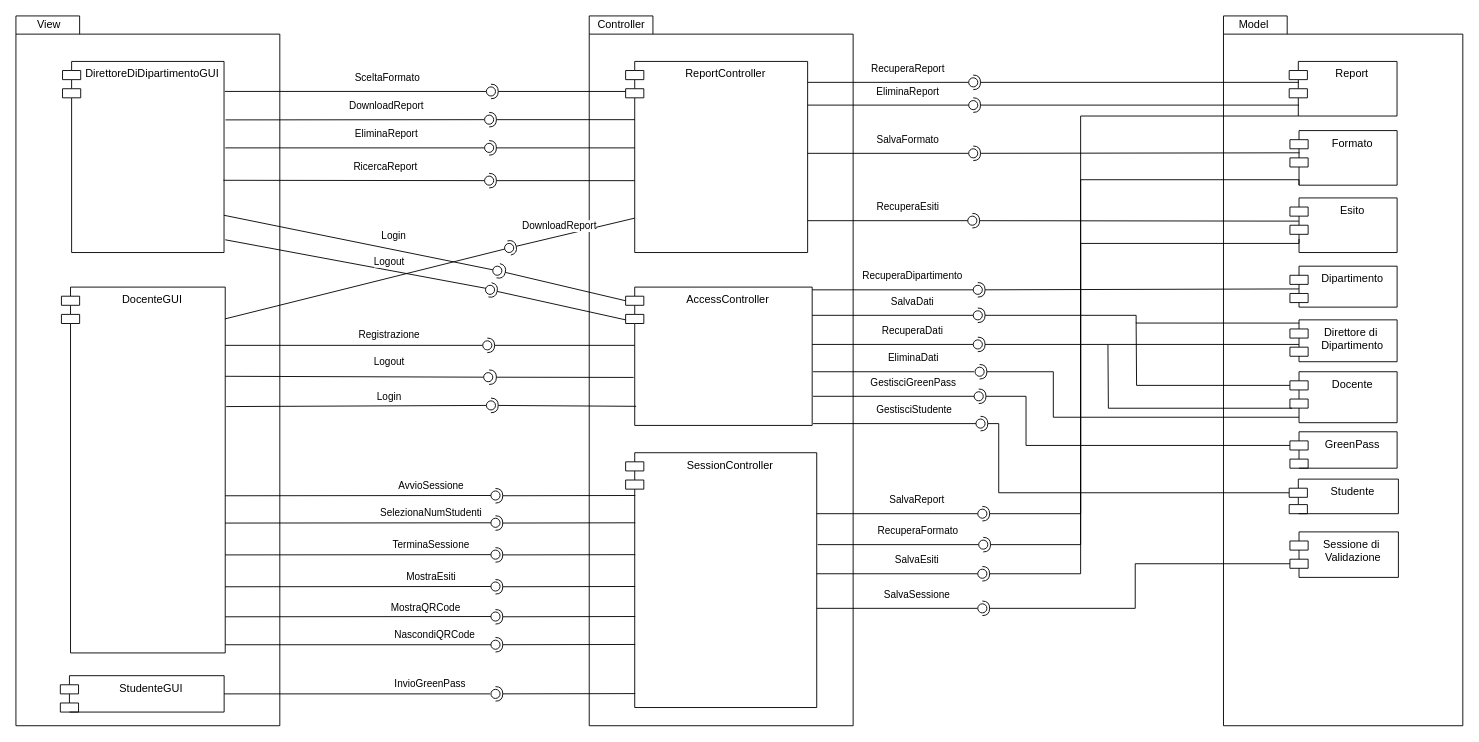
Above: Documentazione/Resources/ServiziSottosistemi.drawio in Alberto-00/EasyPass (draw.io), before the change. Source tidied: cells renumbered, new cells numbered last; positions are measured from the earlier drawing's top-left corner, leaving out a move shared by most shapes. Both pictures are drawn from the tidied source at 91%, with x=0, y=0 at pixel (15, 15).
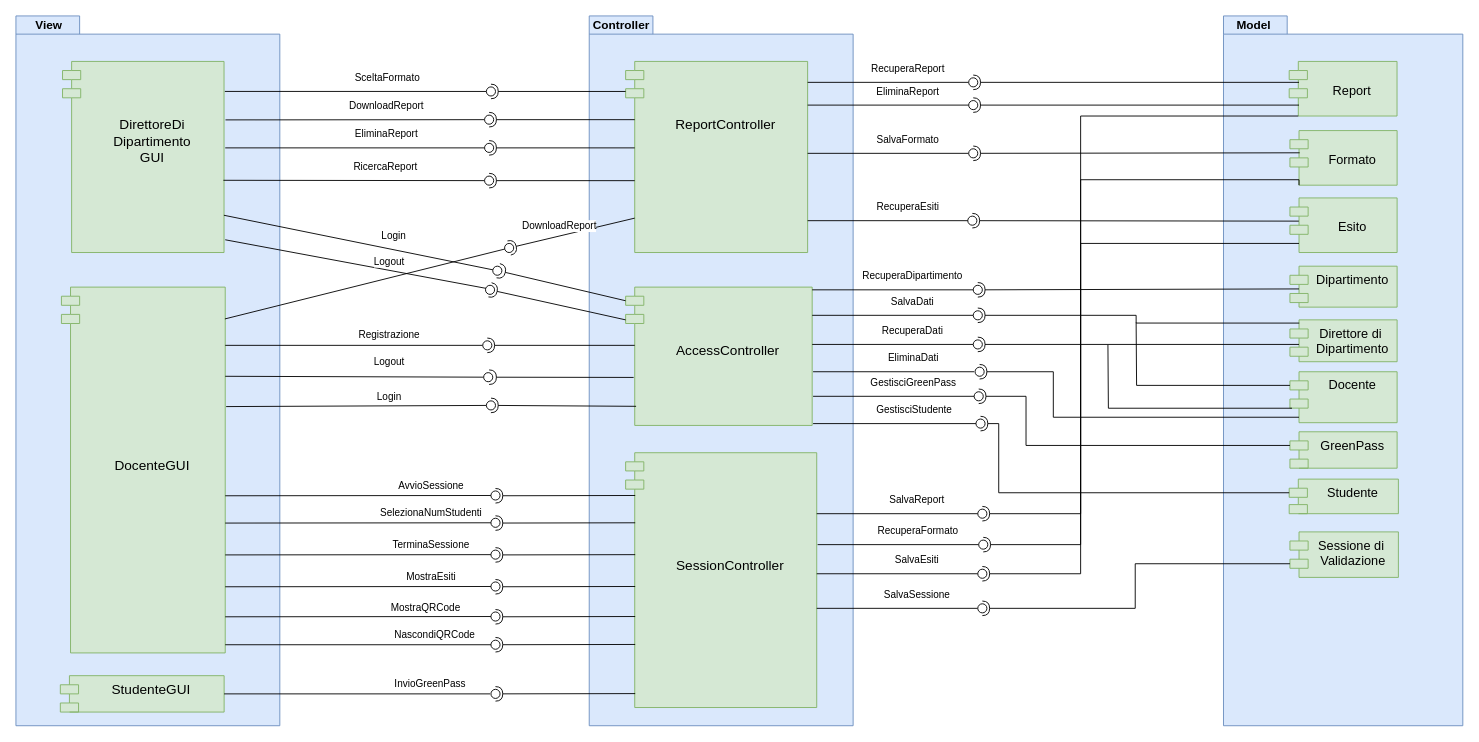
The same diagram, later.

The change refers to these unchanged cells:
```xml
<mxCell id="55" style="ellipse;whiteSpace=wrap;html=1;align=center;points=[];outlineConnect=0;sketch=0;" parent="1" vertex="1">
  <mxGeometry x="1057" y="608" width="10" height="10" as="geometry" />
</mxCell>
```

Diff of the diagram source:
```diff
@@
-    <mxCell id="2" style="shape=folder;fontStyle=1;spacingTop=10;tabWidth=70;tabHeight=20;tabPosition=left;html=1;" parent="1" vertex="1">
+    <mxCell id="2" style="shape=folder;fontStyle=1;spacingTop=10;tabWidth=70;tabHeight=20;tabPosition=left;html=1;fillColor=#dae8fc;strokeColor=#6c8ebf;" parent="1" vertex="1">
       <mxGeometry x="630" width="290" height="780" as="geometry" />
     </mxCell>
-    <mxCell id="3" value="Controller" style="text;html=1;align=center;verticalAlign=middle;strokeColor=none;fillColor=none;" parent="1" vertex="1">
-      <mxGeometry x="630" width="70" height="20" as="geometry" />
+    <mxCell id="3" value="&lt;font size=&quot;1&quot;&gt;&lt;b style=&quot;font-size: 13px&quot;&gt;Controller&lt;/b&gt;&lt;/font&gt;" style="text;html=1;align=center;verticalAlign=middle;strokeColor=none;fillColor=none;" parent="1" vertex="1">
+      <mxGeometry x="625" width="80" height="20" as="geometry" />
     </mxCell>
-    <mxCell id="4" style="shape=folder;fontStyle=1;spacingTop=10;tabWidth=70;tabHeight=20;tabPosition=left;html=1;" parent="1" vertex="1">
+    <mxCell id="4" style="shape=folder;fontStyle=1;spacingTop=10;tabWidth=70;tabHeight=20;tabPosition=left;html=1;fillColor=#dae8fc;strokeColor=#6c8ebf;" parent="1" vertex="1">
       <mxGeometry x="1327" width="263" height="780" as="geometry" />
     </mxCell>
-    <mxCell id="5" value="Model" style="text;html=1;align=center;verticalAlign=middle;strokeColor=none;fillColor=none;" parent="1" vertex="1">
+    <mxCell id="5" value="&lt;b&gt;&lt;font style=&quot;font-size: 13px&quot;&gt;Model&lt;/font&gt;&lt;/b&gt;" style="text;html=1;align=center;verticalAlign=middle;strokeColor=none;fillColor=none;" parent="1" vertex="1">
       <mxGeometry x="1335" width="50" height="20" as="geometry" />
     </mxCell>
-    <mxCell id="6" style="shape=folder;fontStyle=1;spacingTop=10;tabWidth=70;tabHeight=20;tabPosition=left;html=1;" parent="1" vertex="1">
+    <mxCell id="6" style="shape=folder;fontStyle=1;spacingTop=10;tabWidth=70;tabHeight=20;tabPosition=left;html=1;fillColor=#dae8fc;strokeColor=#6c8ebf;" parent="1" vertex="1">
       <mxGeometry width="290" height="780" as="geometry" />
     </mxCell>
-    <mxCell id="7" value="SessionController" style="shape=module;align=left;spacingLeft=20;align=center;verticalAlign=top;" parent="1" vertex="1">
+    <mxCell id="7" value="&#10;&#10;&#10;&#10;&#10;&#10;SessionController" style="shape=module;align=left;spacingLeft=20;align=center;verticalAlign=top;fillColor=#d5e8d4;strokeColor=#82b366;fontSize=15;" parent="1" vertex="1">
       <mxGeometry x="670" y="480" width="210" height="280" as="geometry" />
     </mxCell>
-    <mxCell id="8" value="ReportController" style="shape=module;align=left;spacingLeft=20;align=center;verticalAlign=top;" parent="1" vertex="1">
+    <mxCell id="8" value="&#10;&#10;&#10;ReportController" style="shape=module;align=left;spacingLeft=20;align=center;verticalAlign=top;fillColor=#d5e8d4;strokeColor=#82b366;fontSize=15;" parent="1" vertex="1">
       <mxGeometry x="670" y="50" width="200" height="210" as="geometry" />
     </mxCell>
-    <mxCell id="9" value="Direttore di &#10;Dipartimento" style="shape=module;align=left;spacingLeft=20;align=center;verticalAlign=top;" parent="1" vertex="1">
+    <mxCell id="9" value="Direttore di &#10;Dipartimento" style="shape=module;align=left;spacingLeft=20;align=center;verticalAlign=top;fillColor=#d5e8d4;strokeColor=#82b366;fontSize=14;" parent="1" vertex="1">
       <mxGeometry x="1400" y="334" width="117.8" height="46" as="geometry" />
     </mxCell>
-    <mxCell id="10" value="Docente" style="shape=module;align=left;spacingLeft=20;align=center;verticalAlign=top;" parent="1" vertex="1">
+    <mxCell id="10" value="Docente" style="shape=module;align=left;spacingLeft=20;align=center;verticalAlign=top;fillColor=#d5e8d4;strokeColor=#82b366;fontSize=14;" parent="1" vertex="1">
       <mxGeometry x="1400" y="391" width="117.8" height="56" as="geometry" />
     </mxCell>
-    <mxCell id="11" value="Esito" style="shape=module;align=left;spacingLeft=20;align=center;verticalAlign=top;" parent="1" vertex="1">
+    <mxCell id="11" value="&#10;Esito" style="shape=module;align=left;spacingLeft=20;align=center;verticalAlign=top;fillColor=#d5e8d4;strokeColor=#82b366;fontSize=14;" parent="1" vertex="1">
       <mxGeometry x="1400" y="200" width="117.8" height="60" as="geometry" />
     </mxCell>
-    <mxCell id="12" value="Formato" style="shape=module;align=left;spacingLeft=20;align=center;verticalAlign=top;" parent="1" vertex="1">
+    <mxCell id="12" value="&#10;Formato" style="shape=module;align=left;spacingLeft=20;align=center;verticalAlign=top;fillColor=#d5e8d4;strokeColor=#82b366;fontSize=14;" parent="1" vertex="1">
       <mxGeometry x="1400" y="126" width="117.8" height="60" as="geometry" />
     </mxCell>
-    <mxCell id="13" value="Sessione di &#10;Validazione" style="shape=module;align=left;spacingLeft=20;align=center;verticalAlign=top;" parent="1" vertex="1">
+    <mxCell id="13" value="Sessione di &#10;Validazione" style="shape=module;align=left;spacingLeft=20;align=center;verticalAlign=top;fillColor=#d5e8d4;strokeColor=#82b366;fontSize=14;" parent="1" vertex="1">
       <mxGeometry x="1400" y="567" width="119.2" height="50" as="geometry" />
     </mxCell>
-    <mxCell id="14" value="Report" style="shape=module;align=left;spacingLeft=20;align=center;verticalAlign=top;" parent="1" vertex="1">
+    <mxCell id="14" value="&#10;Report" style="shape=module;align=left;spacingLeft=20;align=center;verticalAlign=top;fillColor=#d5e8d4;strokeColor=#82b366;fontSize=14;" parent="1" vertex="1">
       <mxGeometry x="1399.2" y="50" width="118.5" height="60" as="geometry" />
     </mxCell>
-    <mxCell id="15" value="Studente" style="shape=module;align=left;spacingLeft=20;align=center;verticalAlign=top;" parent="1" vertex="1">
+    <mxCell id="15" value="Studente" style="shape=module;align=left;spacingLeft=20;align=center;verticalAlign=top;fillColor=#d5e8d4;strokeColor=#82b366;fontSize=14;" parent="1" vertex="1">
       <mxGeometry x="1399.2" y="509" width="120" height="38" as="geometry" />
     </mxCell>
-    <mxCell id="16" value="GreenPass" style="shape=module;align=left;spacingLeft=20;align=center;verticalAlign=top;" parent="1" vertex="1">
+    <mxCell id="16" value="GreenPass" style="shape=module;align=left;spacingLeft=20;align=center;verticalAlign=top;fillColor=#d5e8d4;strokeColor=#82b366;fontSize=14;" parent="1" vertex="1">
       <mxGeometry x="1400" y="457" width="117.8" height="40" as="geometry" />
     </mxCell>
-    <mxCell id="17" value="Dipartimento" style="shape=module;align=left;spacingLeft=20;align=center;verticalAlign=top;" parent="1" vertex="1">
+    <mxCell id="17" value="Dipartimento" style="shape=module;align=left;spacingLeft=20;align=center;verticalAlign=top;fillColor=#d5e8d4;strokeColor=#82b366;fontSize=14;" parent="1" vertex="1">
       <mxGeometry x="1400" y="275" width="117.8" height="45" as="geometry" />
     </mxCell>
-    <mxCell id="18" value="StudenteGUI" style="shape=module;align=left;spacingLeft=20;align=center;verticalAlign=top;" parent="1" vertex="1">
+    <mxCell id="18" value="StudenteGUI" style="shape=module;align=left;spacingLeft=20;align=center;verticalAlign=top;fillColor=#d5e8d4;strokeColor=#82b366;fontSize=15;" parent="1" vertex="1">
       <mxGeometry x="48.8" y="725" width="180" height="40" as="geometry" />
     </mxCell>
-    <mxCell id="19" value="DocenteGUI" style="shape=module;align=left;spacingLeft=20;align=center;verticalAlign=top;" parent="1" vertex="1">
+    <mxCell id="19" value="&#10;&#10;&#10;&#10;&#10;&#10;&#10;&#10;&#10;&#10;DocenteGUI" style="shape=module;align=left;spacingLeft=20;align=center;verticalAlign=top;fillColor=#d5e8d4;strokeColor=#82b366;fontSize=15;" parent="1" vertex="1">
       <mxGeometry x="50" y="298" width="180" height="402" as="geometry" />
     </mxCell>
-    <mxCell id="20" value="DirettoreDiDipartimentoGUI" style="shape=module;align=left;spacingLeft=20;align=center;verticalAlign=top;" parent="1" vertex="1">
+    <mxCell id="20" value="&#10;&#10;&#10;DirettoreDi&#10;Dipartimento&#10;GUI" style="shape=module;align=left;spacingLeft=20;align=center;verticalAlign=top;fillColor=#d5e8d4;strokeColor=#82b366;fontSize=15;" parent="1" vertex="1">
       <mxGeometry x="51.2" y="50" width="177.5" height="210" as="geometry" />
     </mxCell>
-    <mxCell id="21" value="AccessController" style="shape=module;align=left;spacingLeft=20;align=center;verticalAlign=top;" parent="1" vertex="1">
+    <mxCell id="21" value="&#10;&#10;&#10;AccessController" style="shape=module;align=left;spacingLeft=20;align=center;verticalAlign=top;fillColor=#d5e8d4;strokeColor=#82b366;fontSize=15;" parent="1" vertex="1">
       <mxGeometry x="670" y="298" width="205" height="152" as="geometry" />
     </mxCell>
@@
-    <mxCell id="54" style="rounded=0;jettySize=auto;html=1;endArrow=halfCircle;endFill=0;entryX=0.5;entryY=0.5;endSize=6;strokeWidth=1;sketch=0;edgeStyle=orthogonalEdgeStyle;exitX=0;exitY=0.75;exitDx=10;exitDy=0;exitPerimeter=0;" parent="1" edge="1" source="11" target="55">
+    <mxCell id="54" style="rounded=0;jettySize=auto;html=1;endArrow=halfCircle;endFill=0;entryX=0.5;entryY=0.5;endSize=6;strokeWidth=1;sketch=0;edgeStyle=orthogonalEdgeStyle;" parent="1" edge="1" target="55">
       <mxGeometry relative="1" as="geometry">
+        <mxPoint x="1410" y="250" as="sourcePoint" />
         <Array as="points">
           <mxPoint x="1410" y="250" />
           <mxPoint x="1170" y="250" />
           <mxPoint x="1170" y="613" />
         </Array>
       </mxGeometry>
     </mxCell>
@@
-    <mxCell id="86" value="View" style="text;html=1;align=center;verticalAlign=middle;strokeColor=none;fillColor=none;" parent="1" vertex="1">
-      <mxGeometry x="16" width="40" height="20" as="geometry" />
+    <mxCell id="86" value="&lt;font size=&quot;1&quot;&gt;&lt;b style=&quot;font-size: 13px&quot;&gt;View&lt;/b&gt;&lt;/font&gt;" style="text;html=1;align=center;verticalAlign=middle;strokeColor=none;fillColor=none;" parent="1" vertex="1">
+      <mxGeometry x="11" width="50" height="20" as="geometry" />
     </mxCell>
```
